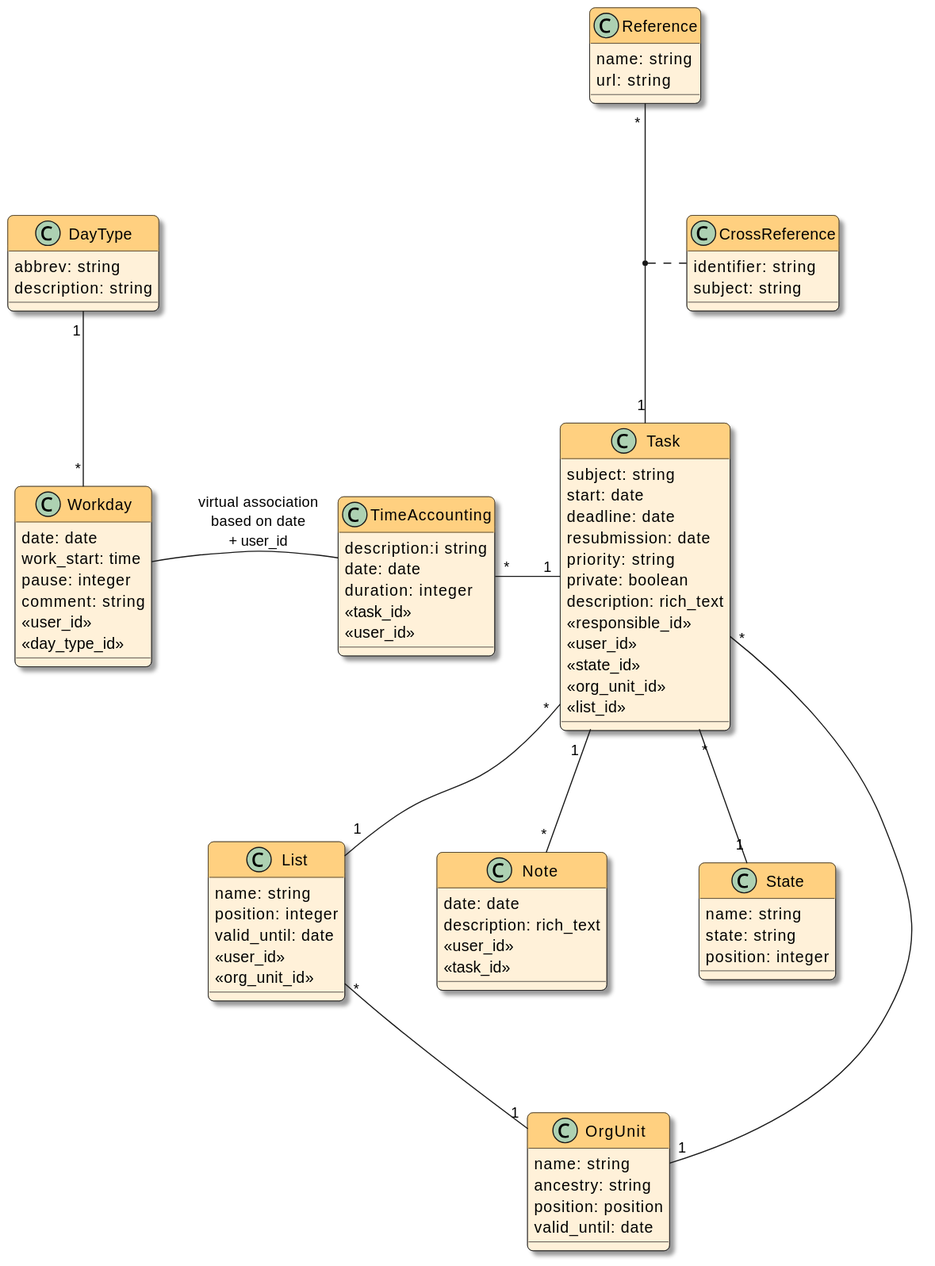
The PlantUML diagram docs/devnotes/_images/models.svg in swobspace/titracka, before a commit.
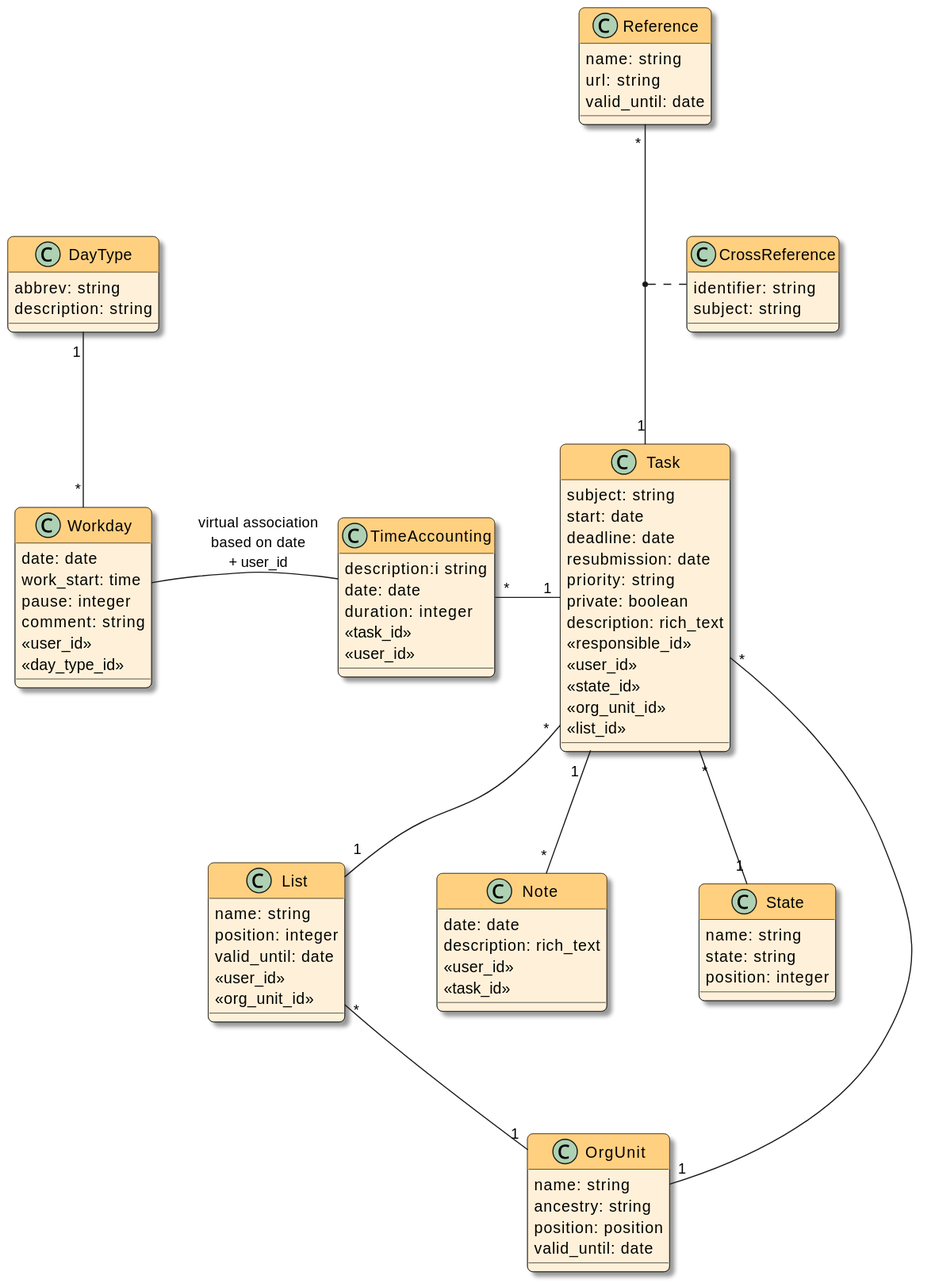
After the commit.

Diff of the diagram source:
```diff
@@ -38,6 +38,7 @@
 class Reference  {
     name: string
     url: string
+    valid_until: date
 }
 
 class State  {
```
